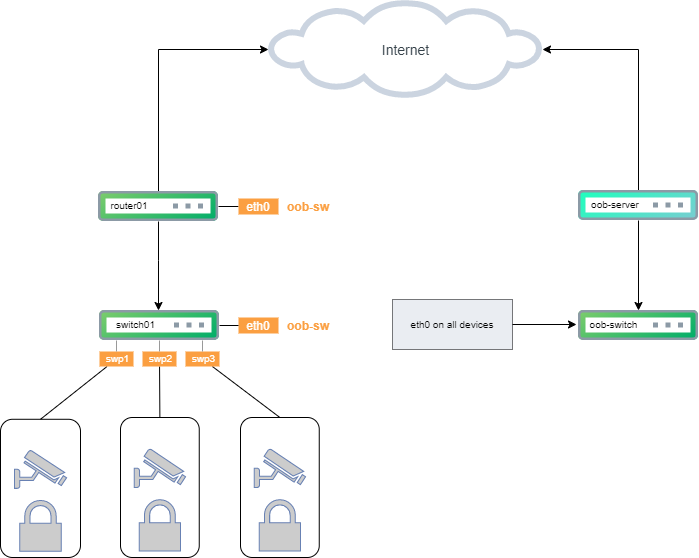
Above: Topology.png in leogimenes/spider-defense-neighborhood (draw.io), before the change. Source tidied: cells renumbered, new cells last; positions are measured from the earlier drawing's top-left corner, leaving out a move shared by most shapes.
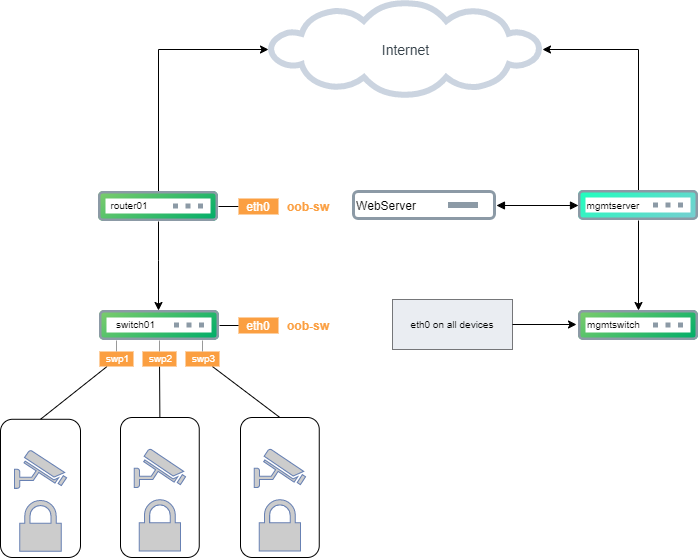
Above is the later version.

Change to the diagram source:
```diff
@@ -43,7 +43,7 @@
     <mxCell id="13" style="perimeter=ellipsePerimeter;html=1;align=center;fontSize=12;verticalAlign=top;fontColor=#364149;shadow=0;dashed=0;image;image=img/lib/cumulus/switch_cumulus_linux.svg;" parent="12" vertex="1">
       <mxGeometry x="2" width="120" height="30" as="geometry" />
     </mxCell>
-    <mxCell id="14" value="&lt;font style=&quot;font-size: 10px;&quot;&gt;oob-switch&lt;/font&gt;" style="text;html=1;strokeColor=none;fillColor=none;align=center;verticalAlign=middle;whiteSpace=wrap;rounded=0;fontSize=10;" parent="12" vertex="1">
+    <mxCell id="14" value="&lt;font style=&quot;font-size: 10px&quot;&gt;mgmtswitch&lt;/font&gt;" style="text;html=1;strokeColor=none;fillColor=none;align=center;verticalAlign=middle;whiteSpace=wrap;rounded=0;fontSize=10;" parent="12" vertex="1">
       <mxGeometry y="4" width="75" height="20" as="geometry" />
     </mxCell>
     <mxCell id="15" style="group;" parent="1" vertex="1">
@@ -52,8 +52,8 @@
     <mxCell id="16" style="perimeter=ellipsePerimeter;html=1;align=center;fontSize=12;verticalAlign=top;fontColor=#364149;shadow=0;dashed=0;image;image=img/lib/cumulus/switch_out_of_band.svg;" parent="15" vertex="1">
       <mxGeometry x="8" width="120" height="30" as="geometry" />
     </mxCell>
-    <mxCell id="17" value="&lt;font style=&quot;font-size: 10px&quot;&gt;oob-server&lt;/font&gt;" style="text;html=1;strokeColor=none;fillColor=none;align=center;verticalAlign=middle;whiteSpace=wrap;rounded=0;fontSize=10;" parent="15" vertex="1">
-      <mxGeometry y="4" width="90" height="20" as="geometry" />
+    <mxCell id="17" value="&lt;font style=&quot;font-size: 10px&quot;&gt;mgmtserver&lt;/font&gt;" style="text;html=1;strokeColor=none;fillColor=none;align=center;verticalAlign=middle;whiteSpace=wrap;rounded=0;fontSize=10;" parent="15" vertex="1">
+      <mxGeometry x="8" y="5" width="70" height="20" as="geometry" />
     </mxCell>
     <mxCell id="18" style="group;" parent="1" vertex="1">
       <mxGeometry x="92" y="191" width="126" height="30" as="geometry" />
@@ -164,5 +164,14 @@
         <mxPoint x="202" y="340" as="sourcePoint" />
       </mxGeometry>
     </mxCell>
+    <mxCell id="53" style="perimeter=ellipsePerimeter;html=1;align=center;fontSize=12;verticalAlign=top;fontColor=#364149;shadow=0;dashed=0;image;image=img/lib/cumulus/server_bare_metal.svg;" parent="1" vertex="1">
+      <mxGeometry x="352" y="190" width="144" height="30" as="geometry" />
+    </mxCell>
+    <mxCell id="54" value="WebServer" style="text;html=1;strokeColor=none;fillColor=none;align=center;verticalAlign=middle;whiteSpace=wrap;rounded=0;" parent="1" vertex="1">
+      <mxGeometry x="366" y="195" width="40" height="20" as="geometry" />
+    </mxCell>
+    <mxCell id="55" style="endArrow=block;html=1;startArrow=block;startFill=1;endFill=1;exitX=1;exitY=0.5;exitDx=0;exitDy=0;entryX=0;entryY=0.5;entryDx=0;entryDy=0;" parent="1" edge="1" source="53" target="17">
+      <mxGeometry relative="1" as="geometry" />
+    </mxCell>
   </root>
 </mxGraphModel>
```
